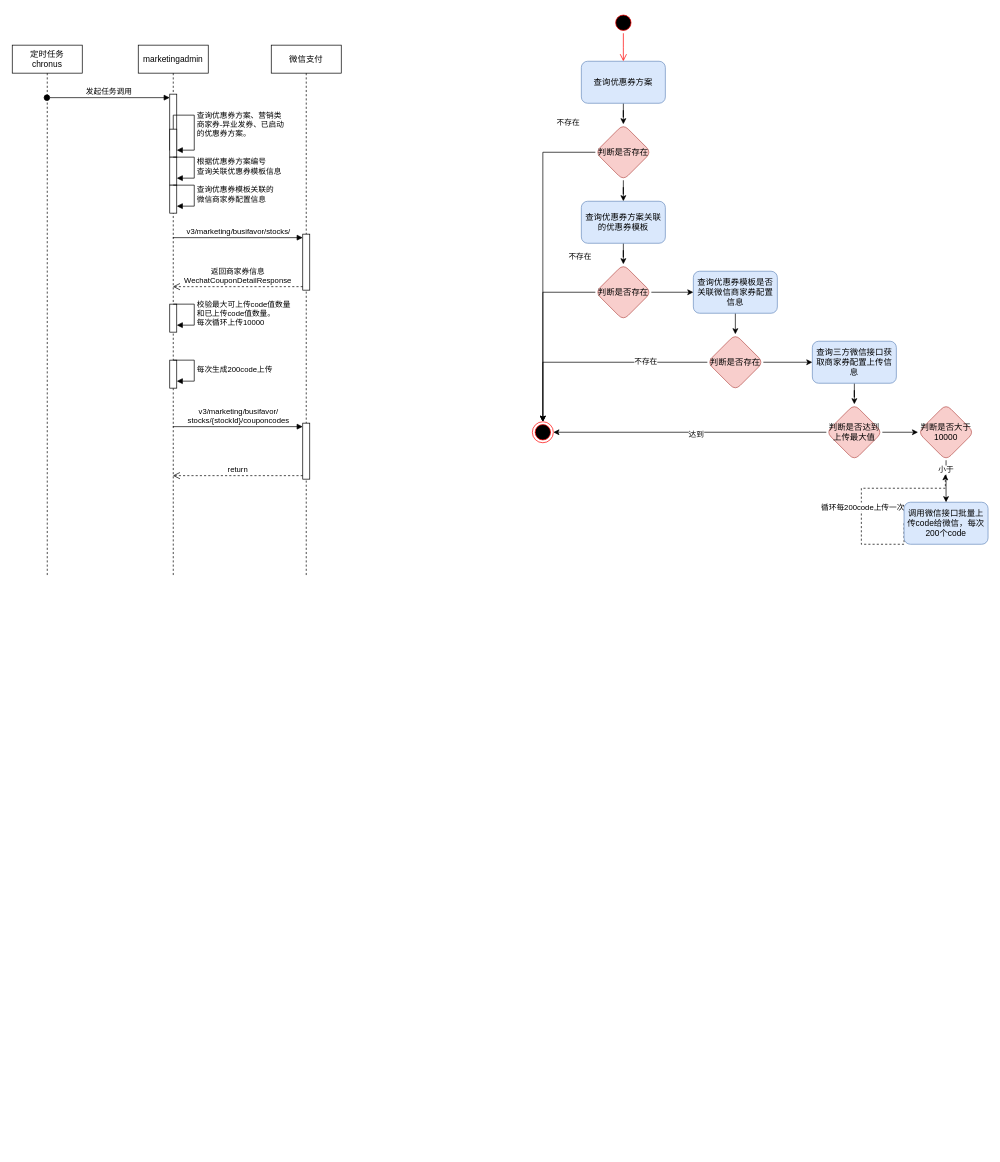
The draw.io diagram src/draw/微信商家券补码定时任务优化.drawio in y13513867074/draw, before the edit. Source tidied: cells renumbered, new cells numbered last; positions are measured from the earlier drawing's top-left corner, leaving out a move shared by most shapes. Both pictures are drawn from the tidied source at 70%, with x=0, y=0 at pixel (12, 12).
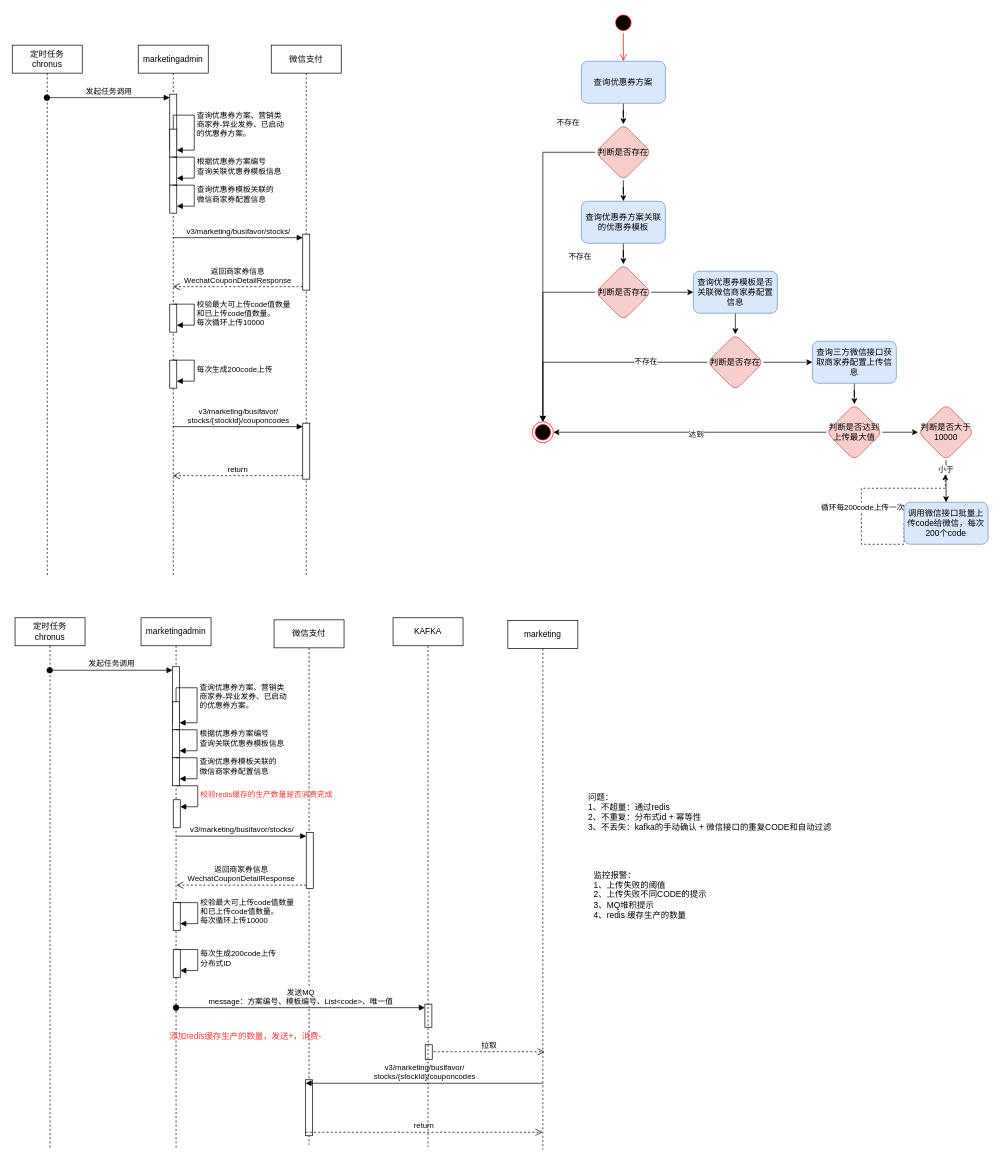
The same diagram, later.

Commit message:
更新微信商家券补码定时任务优化.drawio

Diff of the diagram source:
```diff
@@
+    <mxCell id="56" value="定时任务&lt;div&gt;chronus&lt;/div&gt;" style="shape=umlLifeline;perimeter=lifelinePerimeter;whiteSpace=wrap;html=1;outlineConnect=0;portConstraint=eastwest;newEdgeStyle={&quot;curved&quot;:0,&quot;rounded&quot;:0};" parent="1" vertex="1">
+      <mxGeometry x="4" y="865" width="100" height="760" as="geometry" />
+    </mxCell>
+    <mxCell id="57" value="marketingadmin" style="shape=umlLifeline;perimeter=lifelinePerimeter;whiteSpace=wrap;html=1;newEdgeStyle={&quot;curved&quot;:0,&quot;rounded&quot;:0};" parent="1" vertex="1">
+      <mxGeometry x="184" y="865" width="100" height="760" as="geometry" />
+    </mxCell>
+    <mxCell id="58" style="html=1;points=[[0,0,0,0,5],[0,1,0,0,-5],[1,0,0,0,5],[1,1,0,0,-5]];perimeter=orthogonalPerimeter;outlineConnect=0;targetShapes=umlLifeline;portConstraint=eastwest;newEdgeStyle={&quot;curved&quot;:0,&quot;rounded&quot;:0};" parent="57" vertex="1">
+      <mxGeometry x="45" y="70" width="10" height="80" as="geometry" />
+    </mxCell>
+    <mxCell id="59" style="html=1;points=[[0,0,0,0,5],[0,1,0,0,-5],[1,0,0,0,5],[1,1,0,0,-5]];perimeter=orthogonalPerimeter;outlineConnect=0;targetShapes=umlLifeline;portConstraint=eastwest;newEdgeStyle={&quot;curved&quot;:0,&quot;rounded&quot;:0};" parent="57" vertex="1">
+      <mxGeometry x="45" y="120" width="10" height="40" as="geometry" />
+    </mxCell>
+    <mxCell id="60" value="查询优惠券方案、营销类&lt;div&gt;商家券-异业发券、已启动&lt;/div&gt;&lt;div&gt;的优惠券方案。&lt;/div&gt;" style="html=1;align=left;spacingLeft=2;endArrow=block;rounded=0;edgeStyle=orthogonalEdgeStyle;curved=0;rounded=0;" parent="57" edge="1" target="59">
+      <mxGeometry x="0.01" relative="1" as="geometry">
+        <mxPoint x="50" y="120" as="sourcePoint" />
+        <Array as="points">
+          <mxPoint x="50" y="100" />
+          <mxPoint x="80" y="100" />
+          <mxPoint x="80" y="150" />
+        </Array>
+      </mxGeometry>
+    </mxCell>
+    <mxCell id="61" style="html=1;points=[[0,0,0,0,5],[0,1,0,0,-5],[1,0,0,0,5],[1,1,0,0,-5]];perimeter=orthogonalPerimeter;outlineConnect=0;targetShapes=umlLifeline;portConstraint=eastwest;newEdgeStyle={&quot;curved&quot;:0,&quot;rounded&quot;:0};" parent="57" vertex="1">
+      <mxGeometry x="45" y="160" width="10" height="40" as="geometry" />
+    </mxCell>
+    <mxCell id="62" value="根据优惠券方案编号&lt;div&gt;查询关联优惠券模板信息&lt;/div&gt;" style="html=1;align=left;spacingLeft=2;endArrow=block;rounded=0;edgeStyle=orthogonalEdgeStyle;curved=0;rounded=0;" parent="57" edge="1" target="61">
+      <mxGeometry relative="1" as="geometry">
+        <mxPoint x="50" y="160" as="sourcePoint" />
+        <Array as="points">
+          <mxPoint x="80" y="190" />
+        </Array>
+      </mxGeometry>
+    </mxCell>
+    <mxCell id="63" style="html=1;points=[[0,0,0,0,5],[0,1,0,0,-5],[1,0,0,0,5],[1,1,0,0,-5]];perimeter=orthogonalPerimeter;outlineConnect=0;targetShapes=umlLifeline;portConstraint=eastwest;newEdgeStyle={&quot;curved&quot;:0,&quot;rounded&quot;:0};" parent="57" vertex="1">
+      <mxGeometry x="45" y="200" width="10" height="40" as="geometry" />
+    </mxCell>
+    <mxCell id="64" value="查询优惠券模板关联的&lt;div&gt;微信商家券配置信息&lt;/div&gt;" style="html=1;align=left;spacingLeft=2;endArrow=block;rounded=0;edgeStyle=orthogonalEdgeStyle;curved=0;rounded=0;" parent="57" edge="1" target="63">
+      <mxGeometry relative="1" as="geometry">
+        <mxPoint x="50" y="200" as="sourcePoint" />
+        <Array as="points">
+          <mxPoint x="80" y="230" />
+        </Array>
+      </mxGeometry>
+    </mxCell>
+    <mxCell id="65" style="html=1;points=[[0,0,0,0,5],[0,1,0,0,-5],[1,0,0,0,5],[1,1,0,0,-5]];perimeter=orthogonalPerimeter;outlineConnect=0;targetShapes=umlLifeline;portConstraint=eastwest;newEdgeStyle={&quot;curved&quot;:0,&quot;rounded&quot;:0};" parent="57" vertex="1">
+      <mxGeometry x="46" y="260" width="10" height="40" as="geometry" />
+    </mxCell>
+    <mxCell id="66" value="&lt;font style=&quot;color: rgb(255, 51, 51);&quot;&gt;校验redis缓存的生产数量是否消费完成&lt;/font&gt;" style="html=1;align=left;spacingLeft=2;endArrow=block;rounded=0;edgeStyle=orthogonalEdgeStyle;curved=0;rounded=0;" parent="57" edge="1" target="65">
+      <mxGeometry relative="1" as="geometry">
+        <mxPoint x="51" y="240" as="sourcePoint" />
+        <Array as="points">
+          <mxPoint x="81" y="270" />
+        </Array>
+      </mxGeometry>
+    </mxCell>
+    <mxCell id="67" value="微信支付" style="shape=umlLifeline;perimeter=lifelinePerimeter;whiteSpace=wrap;html=1;newEdgeStyle={&quot;curved&quot;:0,&quot;rounded&quot;:0};" parent="1" vertex="1">
+      <mxGeometry x="374" y="868" width="100" height="750" as="geometry" />
+    </mxCell>
+    <mxCell id="68" style="html=1;points=[[0,0,0,0,5],[0,1,0,0,-5],[1,0,0,0,5],[1,1,0,0,-5]];perimeter=orthogonalPerimeter;outlineConnect=0;targetShapes=umlLifeline;portConstraint=eastwest;newEdgeStyle={&quot;curved&quot;:0,&quot;rounded&quot;:0};" parent="67" vertex="1">
+      <mxGeometry x="45" y="657" width="10" height="80" as="geometry" />
+    </mxCell>
+    <mxCell id="69" value="v3/marketing/busifavor/&lt;div&gt;stocks/{stockId}/couponcodes&lt;/div&gt;" style="html=1;verticalAlign=bottom;endArrow=block;curved=0;rounded=0;entryX=0;entryY=0;entryDx=0;entryDy=5;" parent="67" edge="1" target="68">
+      <mxGeometry relative="1" as="geometry">
+        <mxPoint x="383.5" y="662" as="sourcePoint" />
+      </mxGeometry>
+    </mxCell>
+    <mxCell id="70" value="return" style="html=1;verticalAlign=bottom;endArrow=open;dashed=1;endSize=8;curved=0;rounded=0;exitX=0;exitY=1;exitDx=0;exitDy=-5;" parent="67" edge="1" source="68">
+      <mxGeometry relative="1" as="geometry">
+        <mxPoint x="383.5" y="732" as="targetPoint" />
+      </mxGeometry>
+    </mxCell>
+    <mxCell id="71" style="html=1;points=[[0,0,0,0,5],[0,1,0,0,-5],[1,0,0,0,5],[1,1,0,0,-5]];perimeter=orthogonalPerimeter;outlineConnect=0;targetShapes=umlLifeline;portConstraint=eastwest;newEdgeStyle={&quot;curved&quot;:0,&quot;rounded&quot;:0};" parent="67" vertex="1">
+      <mxGeometry x="-144" y="404" width="10" height="40" as="geometry" />
+    </mxCell>
+    <mxCell id="72" value="校验最大可上传code值数量&lt;div&gt;和已上传code值数量。&lt;/div&gt;&lt;div&gt;每次循环上传10000&lt;/div&gt;" style="html=1;align=left;spacingLeft=2;endArrow=block;rounded=0;edgeStyle=orthogonalEdgeStyle;curved=0;rounded=0;" parent="67" edge="1" target="71">
+      <mxGeometry x="0.01" relative="1" as="geometry">
+        <mxPoint x="-139" y="404" as="sourcePoint" />
+        <Array as="points">
+          <mxPoint x="-109" y="434" />
+        </Array>
+      </mxGeometry>
+    </mxCell>
+    <mxCell id="73" style="html=1;points=[[0,0,0,0,5],[0,1,0,0,-5],[1,0,0,0,5],[1,1,0,0,-5]];perimeter=orthogonalPerimeter;outlineConnect=0;targetShapes=umlLifeline;portConstraint=eastwest;newEdgeStyle={&quot;curved&quot;:0,&quot;rounded&quot;:0};" parent="67" vertex="1">
+      <mxGeometry x="-144" y="471" width="10" height="40" as="geometry" />
+    </mxCell>
+    <mxCell id="74" value="每次生成200code上传&lt;div&gt;分布式ID&lt;/div&gt;" style="html=1;align=left;spacingLeft=2;endArrow=block;rounded=0;edgeStyle=orthogonalEdgeStyle;curved=0;rounded=0;" parent="67" edge="1" target="73">
+      <mxGeometry x="0.01" relative="1" as="geometry">
+        <mxPoint x="-139" y="471" as="sourcePoint" />
+        <Array as="points">
+          <mxPoint x="-109" y="501" />
+        </Array>
+      </mxGeometry>
+    </mxCell>
+    <mxCell id="75" style="html=1;points=[[0,0,0,0,5],[0,1,0,0,-5],[1,0,0,0,5],[1,1,0,0,-5]];perimeter=orthogonalPerimeter;outlineConnect=0;targetShapes=umlLifeline;portConstraint=eastwest;newEdgeStyle={&quot;curved&quot;:0,&quot;rounded&quot;:0};" parent="67" vertex="1">
+      <mxGeometry x="46" y="304" width="10" height="80" as="geometry" />
+    </mxCell>
+    <mxCell id="76" value="v3/marketing/busifavor/stocks/" style="html=1;verticalAlign=bottom;endArrow=block;curved=0;rounded=0;entryX=0;entryY=0;entryDx=0;entryDy=5;" parent="67" edge="1" target="75">
+      <mxGeometry relative="1" as="geometry">
+        <mxPoint x="-139.5" y="309" as="sourcePoint" />
+      </mxGeometry>
+    </mxCell>
+    <mxCell id="77" value="返回商家券信息&lt;div&gt;WechatCouponDetailResponse&lt;/div&gt;" style="html=1;verticalAlign=bottom;endArrow=open;dashed=1;endSize=8;curved=0;rounded=0;exitX=0;exitY=1;exitDx=0;exitDy=-5;" parent="67" edge="1" source="75">
+      <mxGeometry relative="1" as="geometry">
+        <mxPoint x="-139.5" y="379" as="targetPoint" />
+      </mxGeometry>
+    </mxCell>
+    <mxCell id="78" style="html=1;points=[[0,0,0,0,5],[0,1,0,0,-5],[1,0,0,0,5],[1,1,0,0,-5]];perimeter=orthogonalPerimeter;outlineConnect=0;targetShapes=umlLifeline;portConstraint=eastwest;newEdgeStyle={&quot;curved&quot;:0,&quot;rounded&quot;:0};" parent="67" vertex="1">
+      <mxGeometry x="215.5" y="549" width="10" height="33" as="geometry" />
+    </mxCell>
+    <mxCell id="79" value="发送MQ&lt;div&gt;message：方案编号、模板编号、List&amp;lt;code&amp;gt;、唯一值&lt;/div&gt;" style="html=1;verticalAlign=bottom;startArrow=oval;endArrow=block;startSize=8;curved=0;rounded=0;entryX=0;entryY=0;entryDx=0;entryDy=5;" parent="67" edge="1" target="78">
+      <mxGeometry relative="1" as="geometry">
+        <mxPoint x="-140" y="554" as="sourcePoint" />
+      </mxGeometry>
+    </mxCell>
+    <mxCell id="80" style="html=1;perimeter=orthogonalPerimeter;targetShapes=umlLifeline;newEdgeStyle={&quot;curved&quot;:0,&quot;rounded&quot;:0};" parent="67" vertex="1">
+      <mxGeometry x="216" y="607" width="10" height="21" as="geometry" />
+    </mxCell>
+    <mxCell id="81" value="拉取" style="html=1;verticalAlign=bottom;endArrow=open;dashed=1;endSize=8;curved=0;rounded=0;" parent="67" edge="1">
+      <mxGeometry relative="1" as="geometry">
+        <mxPoint x="228" y="617" as="sourcePoint" />
+        <mxPoint x="386.5" y="617" as="targetPoint" />
+      </mxGeometry>
+    </mxCell>
+    <mxCell id="82" value="&lt;font color=&quot;#ff3333&quot;&gt;添加redis缓存生产的数量，发送+，消费-&lt;/font&gt;" style="text;html=1;align=center;verticalAlign=middle;strokeColor=none;fillColor=none;" parent="67" vertex="1">
+      <mxGeometry x="-159" y="582" width="235" height="26" as="geometry" />
+    </mxCell>
+    <mxCell id="83" value="发起任务调用" style="html=1;verticalAlign=bottom;startArrow=oval;endArrow=block;startSize=8;curved=0;rounded=0;entryX=0;entryY=0;entryDx=0;entryDy=5;" parent="1" edge="1" source="56" target="58">
+      <mxGeometry relative="1" as="geometry" />
+    </mxCell>
+    <mxCell id="84" value="KAFKA" style="shape=umlLifeline;perimeter=lifelinePerimeter;whiteSpace=wrap;html=1;newEdgeStyle={&quot;curved&quot;:0,&quot;rounded&quot;:0};" parent="1" vertex="1">
+      <mxGeometry x="544" y="865" width="100" height="756" as="geometry" />
+    </mxCell>
+    <mxCell id="85" value="marketing" style="shape=umlLifeline;perimeter=lifelinePerimeter;whiteSpace=wrap;html=1;newEdgeStyle={&quot;curved&quot;:0,&quot;rounded&quot;:0};" parent="1" vertex="1">
+      <mxGeometry x="708" y="869" width="100" height="756" as="geometry" />
+    </mxCell>
+    <mxCell id="86" value="&lt;div&gt;问题：&lt;/div&gt;1、不超量：通过redis&lt;div&gt;2、不重复：分布式id + 幂等性&lt;/div&gt;&lt;div&gt;3、不丢失：kafka的手动确认 + 微信接口的重复CODE和自动过滤&lt;/div&gt;" style="text;html=1;align=left;verticalAlign=middle;strokeColor=none;fillColor=none;" parent="1" vertex="1">
+      <mxGeometry x="821" y="1108" width="366" height="70" as="geometry" />
+    </mxCell>
+    <mxCell id="87" value="监控报警：&lt;div&gt;1、上传失败的阈值&lt;/div&gt;&lt;div&gt;2、上传失败不同CODE的提示&lt;/div&gt;&lt;div&gt;3、MQ堆积提示&lt;/div&gt;&lt;div&gt;4、redis 缓存生产的数量&lt;/div&gt;" style="text;html=1;align=left;verticalAlign=middle;strokeColor=none;fillColor=none;" parent="1" vertex="1">
+      <mxGeometry x="829" y="1219" width="179" height="84" as="geometry" />
+    </mxCell>
```
